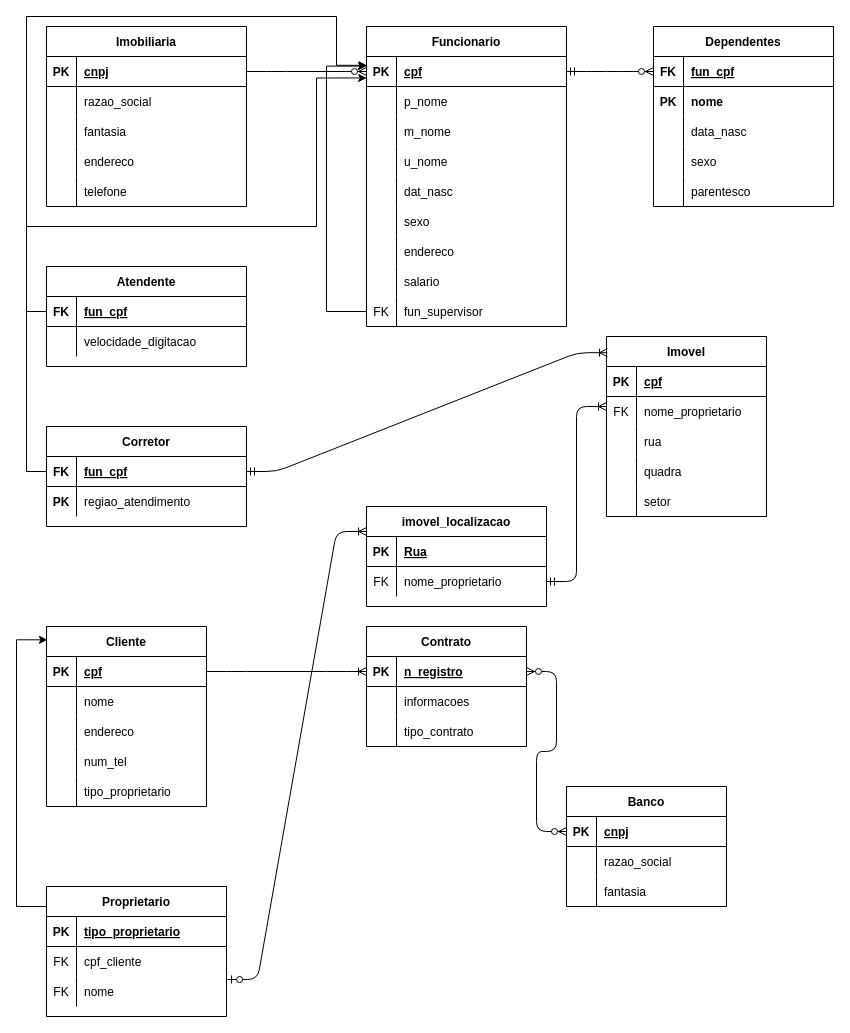
This is Trabalho_BD_MER.drawio from felipe-sartes/felipemelo, a draw.io file, before an edit. Source tidied: cells renumbered, new cells numbered last; positions are measured from the earlier drawing's top-left corner, leaving out a move shared by most shapes. Both pictures are drawn from the tidied source at 100%, with x=0, y=0 at pixel (16, 16).
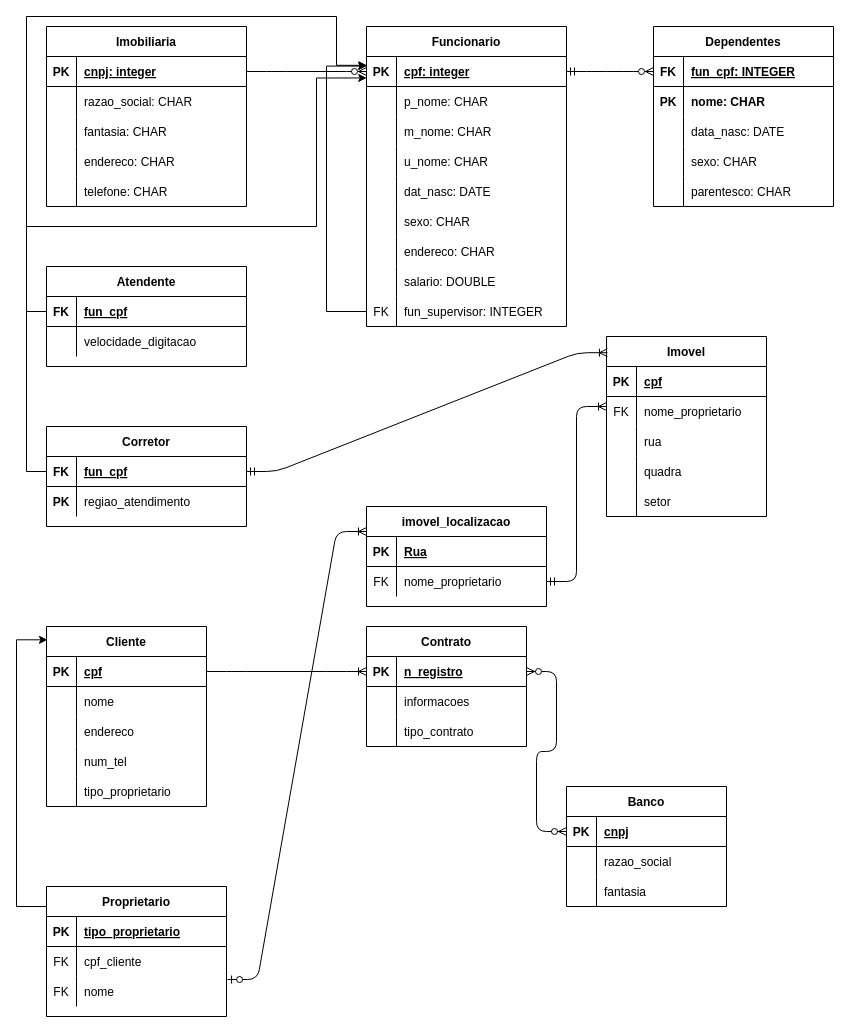
The same page after the edit.

Unchanged cells that the change refers to:
```xml
<mxCell id="4" style="shape=partialRectangle;fillColor=none;top=0;left=0;bottom=1;right=0;points=[[0,0.5],[1,0.5]];portConstraint=eastwest;" parent="3" vertex="1">
  <mxGeometry y="30" width="200" height="30" as="geometry" />
</mxCell>
<mxCell id="7" style="shape=partialRectangle;fillColor=none;top=0;left=0;bottom=0;right=0;" parent="3" vertex="1">
  <mxGeometry y="60" width="200" height="30" as="geometry" />
</mxCell>
<mxCell id="10" style="shape=partialRectangle;fillColor=none;top=0;left=0;bottom=0;right=0;" parent="3" vertex="1">
  <mxGeometry y="90" width="200" height="30" as="geometry" />
</mxCell>
<mxCell id="13" style="shape=partialRectangle;fillColor=none;top=0;left=0;bottom=0;right=0;" parent="3" vertex="1">
  <mxGeometry y="120" width="200" height="30" as="geometry" />
</mxCell>
<mxCell id="16" style="shape=partialRectangle;fillColor=none;top=0;left=0;bottom=0;right=0;" parent="3" vertex="1">
  <mxGeometry y="150" width="200" height="30" as="geometry" />
</mxCell>
<mxCell id="20" style="shape=partialRectangle;fillColor=none;top=0;left=0;bottom=1;right=0;points=[[0,0.5],[1,0.5]];portConstraint=eastwest;" parent="19" vertex="1">
  <mxGeometry y="30" width="200" height="30" as="geometry" />
</mxCell>
<mxCell id="23" style="shape=partialRectangle;fillColor=none;top=0;left=0;bottom=0;right=0;" parent="19" vertex="1">
  <mxGeometry y="60" width="200" height="30" as="geometry" />
</mxCell>
<mxCell id="26" style="shape=partialRectangle;fillColor=none;top=0;left=0;bottom=0;right=0;" parent="19" vertex="1">
  <mxGeometry y="90" width="200" height="30" as="geometry" />
</mxCell>
<mxCell id="29" style="shape=partialRectangle;fillColor=none;top=0;left=0;bottom=0;right=0;" parent="19" vertex="1">
  <mxGeometry y="120" width="200" height="30" as="geometry" />
</mxCell>
<mxCell id="32" style="shape=partialRectangle;fillColor=none;top=0;left=0;bottom=0;right=0;" parent="19" vertex="1">
  <mxGeometry y="150" width="200" height="30" as="geometry" />
</mxCell>
<mxCell id="35" style="shape=partialRectangle;fillColor=none;top=0;left=0;bottom=0;right=0;" parent="19" vertex="1">
  <mxGeometry y="180" width="200" height="30" as="geometry" />
</mxCell>
<mxCell id="38" style="shape=partialRectangle;fillColor=none;top=0;left=0;bottom=0;right=0;" parent="19" vertex="1">
  <mxGeometry y="210" width="200" height="30" as="geometry" />
</mxCell>
<mxCell id="41" style="shape=partialRectangle;fillColor=none;top=0;left=0;bottom=0;right=0;" parent="19" vertex="1">
  <mxGeometry y="240" width="200" height="30" as="geometry" />
</mxCell>
<mxCell id="44" style="shape=partialRectangle;fillColor=none;top=0;left=0;bottom=0;right=0;points=[[0,0.5],[1,0.5]];portConstraint=eastwest;" parent="19" vertex="1">
  <mxGeometry y="270" width="200" height="30" as="geometry" />
</mxCell>
<mxCell id="49" style="shape=partialRectangle;fillColor=none;top=0;left=0;bottom=1;right=0;points=[[0,0.5],[1,0.5]];portConstraint=eastwest;" parent="48" vertex="1">
  <mxGeometry y="30" width="180" height="30" as="geometry" />
</mxCell>
<mxCell id="52" style="shape=partialRectangle;fillColor=none;top=0;left=0;bottom=0;right=0;" parent="48" vertex="1">
  <mxGeometry y="60" width="180" height="30" as="geometry" />
</mxCell>
<mxCell id="55" style="shape=partialRectangle;fillColor=none;top=0;left=0;bottom=0;right=0;" parent="48" vertex="1">
  <mxGeometry y="90" width="180" height="30" as="geometry" />
</mxCell>
<mxCell id="58" style="shape=partialRectangle;fillColor=none;top=0;left=0;bottom=0;right=0;" parent="48" vertex="1">
  <mxGeometry y="120" width="180" height="30" as="geometry" />
</mxCell>
<mxCell id="61" style="shape=partialRectangle;fillColor=none;top=0;left=0;bottom=0;right=0;" parent="48" vertex="1">
  <mxGeometry y="150" width="180" height="30" as="geometry" />
</mxCell>
```

Diff of the diagram source:
```diff
@@
-    <mxCell id="6" value="cnpj" style="shape=partialRectangle;fillColor=none;top=0;left=0;bottom=0;right=0;align=left;spacingLeft=6;fontStyle=5;overflow=hidden;" parent="4" vertex="1">
+    <mxCell id="6" value="cnpj: integer" style="shape=partialRectangle;fillColor=none;top=0;left=0;bottom=0;right=0;align=left;spacingLeft=6;fontStyle=5;overflow=hidden;" parent="4" vertex="1">
       <mxGeometry x="30" width="170" height="30" as="geometry" />
     </mxCell>
@@
-    <mxCell id="9" value="razao_social" style="shape=partialRectangle;fillColor=none;top=0;left=0;bottom=0;right=0;align=left;spacingLeft=6;overflow=hidden;" parent="7" vertex="1">
+    <mxCell id="9" value="razao_social: CHAR" style="shape=partialRectangle;fillColor=none;top=0;left=0;bottom=0;right=0;align=left;spacingLeft=6;overflow=hidden;" parent="7" vertex="1">
       <mxGeometry x="30" width="170" height="30" as="geometry" />
     </mxCell>
@@
-    <mxCell id="12" value="fantasia" style="shape=partialRectangle;fillColor=none;top=0;left=0;bottom=0;right=0;align=left;spacingLeft=6;overflow=hidden;" parent="10" vertex="1">
+    <mxCell id="12" value="fantasia: CHAR" style="shape=partialRectangle;fillColor=none;top=0;left=0;bottom=0;right=0;align=left;spacingLeft=6;overflow=hidden;" parent="10" vertex="1">
       <mxGeometry x="30" width="170" height="30" as="geometry" />
     </mxCell>
@@
-    <mxCell id="15" value="endereco" style="shape=partialRectangle;fillColor=none;top=0;left=0;bottom=0;right=0;align=left;spacingLeft=6;overflow=hidden;" parent="13" vertex="1">
+    <mxCell id="15" value="endereco: CHAR" style="shape=partialRectangle;fillColor=none;top=0;left=0;bottom=0;right=0;align=left;spacingLeft=6;overflow=hidden;" parent="13" vertex="1">
       <mxGeometry x="30" width="170" height="30" as="geometry" />
     </mxCell>
@@
-    <mxCell id="18" value="telefone" style="shape=partialRectangle;fillColor=none;top=0;left=0;bottom=0;right=0;align=left;spacingLeft=6;overflow=hidden;" parent="16" vertex="1">
+    <mxCell id="18" value="telefone: CHAR" style="shape=partialRectangle;fillColor=none;top=0;left=0;bottom=0;right=0;align=left;spacingLeft=6;overflow=hidden;" parent="16" vertex="1">
       <mxGeometry x="30" width="170" height="30" as="geometry" />
     </mxCell>
@@
-    <mxCell id="22" value="cpf" style="shape=partialRectangle;fillColor=none;top=0;left=0;bottom=0;right=0;align=left;spacingLeft=6;fontStyle=5;overflow=hidden;" parent="20" vertex="1">
+    <mxCell id="22" value="cpf: integer" style="shape=partialRectangle;fillColor=none;top=0;left=0;bottom=0;right=0;align=left;spacingLeft=6;fontStyle=5;overflow=hidden;" parent="20" vertex="1">
       <mxGeometry x="30" width="170" height="30" as="geometry" />
     </mxCell>
@@
-    <mxCell id="25" value="p_nome" style="shape=partialRectangle;fillColor=none;top=0;left=0;bottom=0;right=0;align=left;spacingLeft=6;overflow=hidden;" parent="23" vertex="1">
+    <mxCell id="25" value="p_nome: CHAR" style="shape=partialRectangle;fillColor=none;top=0;left=0;bottom=0;right=0;align=left;spacingLeft=6;overflow=hidden;" parent="23" vertex="1">
       <mxGeometry x="30" width="170" height="30" as="geometry" />
     </mxCell>
@@
-    <mxCell id="28" value="m_nome" style="shape=partialRectangle;fillColor=none;top=0;left=0;bottom=0;right=0;align=left;spacingLeft=6;overflow=hidden;" parent="26" vertex="1">
+    <mxCell id="28" value="m_nome: CHAR" style="shape=partialRectangle;fillColor=none;top=0;left=0;bottom=0;right=0;align=left;spacingLeft=6;overflow=hidden;" parent="26" vertex="1">
       <mxGeometry x="30" width="170" height="30" as="geometry" />
     </mxCell>
@@
-    <mxCell id="31" value="u_nome" style="shape=partialRectangle;fillColor=none;top=0;left=0;bottom=0;right=0;align=left;spacingLeft=6;overflow=hidden;" parent="29" vertex="1">
+    <mxCell id="31" value="u_nome: CHAR" style="shape=partialRectangle;fillColor=none;top=0;left=0;bottom=0;right=0;align=left;spacingLeft=6;overflow=hidden;" parent="29" vertex="1">
       <mxGeometry x="30" width="170" height="30" as="geometry" />
     </mxCell>
@@
-    <mxCell id="34" value="dat_nasc" style="shape=partialRectangle;fillColor=none;top=0;left=0;bottom=0;right=0;align=left;spacingLeft=6;overflow=hidden;" parent="32" vertex="1">
+    <mxCell id="34" value="dat_nasc: DATE" style="shape=partialRectangle;fillColor=none;top=0;left=0;bottom=0;right=0;align=left;spacingLeft=6;overflow=hidden;" parent="32" vertex="1">
       <mxGeometry x="30" width="170" height="30" as="geometry" />
     </mxCell>
@@
-    <mxCell id="37" value="sexo" style="shape=partialRectangle;fillColor=none;top=0;left=0;bottom=0;right=0;align=left;spacingLeft=6;overflow=hidden;" parent="35" vertex="1">
+    <mxCell id="37" value="sexo: CHAR" style="shape=partialRectangle;fillColor=none;top=0;left=0;bottom=0;right=0;align=left;spacingLeft=6;overflow=hidden;" parent="35" vertex="1">
       <mxGeometry x="30" width="170" height="30" as="geometry" />
     </mxCell>
@@
-    <mxCell id="40" value="endereco" style="shape=partialRectangle;fillColor=none;top=0;left=0;bottom=0;right=0;align=left;spacingLeft=6;overflow=hidden;" parent="38" vertex="1">
+    <mxCell id="40" value="endereco: CHAR" style="shape=partialRectangle;fillColor=none;top=0;left=0;bottom=0;right=0;align=left;spacingLeft=6;overflow=hidden;" parent="38" vertex="1">
       <mxGeometry x="30" width="170" height="30" as="geometry" />
     </mxCell>
@@
-    <mxCell id="43" value="salario" style="shape=partialRectangle;fillColor=none;top=0;left=0;bottom=0;right=0;align=left;spacingLeft=6;overflow=hidden;" parent="41" vertex="1">
+    <mxCell id="43" value="salario: DOUBLE" style="shape=partialRectangle;fillColor=none;top=0;left=0;bottom=0;right=0;align=left;spacingLeft=6;overflow=hidden;" parent="41" vertex="1">
       <mxGeometry x="30" width="170" height="30" as="geometry" />
     </mxCell>
@@
-    <mxCell id="46" value="fun_supervisor" style="shape=partialRectangle;fillColor=none;top=0;left=0;bottom=0;right=0;align=left;spacingLeft=6;overflow=hidden;" parent="44" vertex="1">
+    <mxCell id="46" value="fun_supervisor: INTEGER" style="shape=partialRectangle;fillColor=none;top=0;left=0;bottom=0;right=0;align=left;spacingLeft=6;overflow=hidden;" parent="44" vertex="1">
       <mxGeometry x="30" width="170" height="30" as="geometry" />
     </mxCell>
@@
-    <mxCell id="51" value="fun_cpf" style="shape=partialRectangle;fillColor=none;top=0;left=0;bottom=0;right=0;align=left;spacingLeft=6;fontStyle=5;overflow=hidden;" parent="49" vertex="1">
+    <mxCell id="51" value="fun_cpf: INTEGER" style="shape=partialRectangle;fillColor=none;top=0;left=0;bottom=0;right=0;align=left;spacingLeft=6;fontStyle=5;overflow=hidden;" parent="49" vertex="1">
       <mxGeometry x="30" width="150" height="30" as="geometry" />
     </mxCell>
@@
-    <mxCell id="54" value="nome" style="shape=partialRectangle;fillColor=none;top=0;left=0;bottom=0;right=0;align=left;spacingLeft=6;overflow=hidden;fontStyle=1;" parent="52" vertex="1">
+    <mxCell id="54" value="nome: CHAR" style="shape=partialRectangle;fillColor=none;top=0;left=0;bottom=0;right=0;align=left;spacingLeft=6;overflow=hidden;fontStyle=1;" parent="52" vertex="1">
       <mxGeometry x="30" width="150" height="30" as="geometry" />
     </mxCell>
@@
-    <mxCell id="57" value="data_nasc" style="shape=partialRectangle;fillColor=none;top=0;left=0;bottom=0;right=0;align=left;spacingLeft=6;overflow=hidden;" parent="55" vertex="1">
+    <mxCell id="57" value="data_nasc: DATE" style="shape=partialRectangle;fillColor=none;top=0;left=0;bottom=0;right=0;align=left;spacingLeft=6;overflow=hidden;" parent="55" vertex="1">
       <mxGeometry x="30" width="150" height="30" as="geometry" />
     </mxCell>
@@
-    <mxCell id="60" value="sexo" style="shape=partialRectangle;fillColor=none;top=0;left=0;bottom=0;right=0;align=left;spacingLeft=6;overflow=hidden;" parent="58" vertex="1">
+    <mxCell id="60" value="sexo: CHAR" style="shape=partialRectangle;fillColor=none;top=0;left=0;bottom=0;right=0;align=left;spacingLeft=6;overflow=hidden;" parent="58" vertex="1">
       <mxGeometry x="30" width="150" height="30" as="geometry" />
     </mxCell>
@@
-    <mxCell id="63" value="parentesco" style="shape=partialRectangle;fillColor=none;top=0;left=0;bottom=0;right=0;align=left;spacingLeft=6;overflow=hidden;" parent="61" vertex="1">
+    <mxCell id="63" value="parentesco: CHAR" style="shape=partialRectangle;fillColor=none;top=0;left=0;bottom=0;right=0;align=left;spacingLeft=6;overflow=hidden;" parent="61" vertex="1">
       <mxGeometry x="30" width="150" height="30" as="geometry" />
     </mxCell>
```
